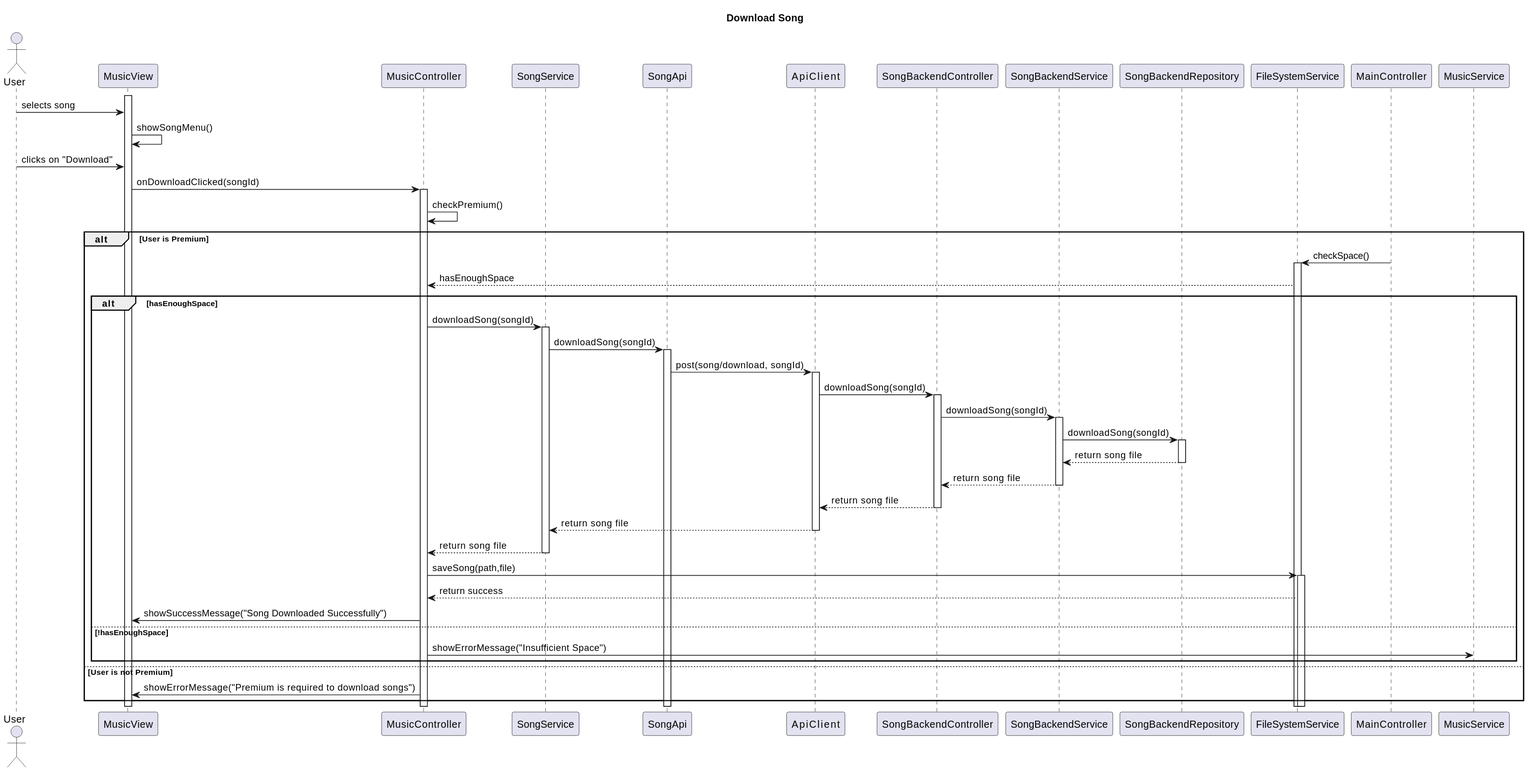
Earlier version of the PlantUML export Paradoteo_4/SequenceDiagrams-v0.3/DownloadSong.svg (RubenKingCP/Tunix). Its diagram source:
```plantuml
@startuml
title Download Song

actor User

participant MusicView
participant MusicController
participant SongService
participant SongApi
participant ApiService
participant SongBackendController
participant SongBackendService
participant SongBackendRepository
participant FileSystemService


activate MusicView
User -> MusicView : selects song
MusicView -> MusicView : showSongMenu()
User -> MusicView : clicks on "Download"
MusicView -> MusicController : onDownloadClicked(songId)
activate MusicController
MusicController -> MusicController : checkPremium()
alt User is Premium
    MainController -> FileSystemService : checkSpace()
    activate FileSystemService
    FileSystemService --> MusicController : hasEnoughSpace
    alt hasEnoughSpace
    MusicController -> SongService : downloadSong(songId)
    activate SongService
    SongService -> SongApi : downloadSong(songId)
    activate SongApi
    SongApi -> ApiService : post(song/download, songId)
    activate ApiService
    ApiService -> SongBackendController : downloadSong(songId)
    activate SongBackendController
    SongBackendController -> SongBackendService : downloadSong(songId)
    activate SongBackendService
    SongBackendService -> SongBackendRepository : downloadSong(songId)
    activate SongBackendRepository
    SongBackendRepository --> SongBackendService : return song file
    deactivate SongBackendRepository
    SongBackendService --> SongBackendController : return song file
    deactivate SongBackendService
    SongBackendController --> ApiService : return song file
    deactivate SongBackendController
    ApiService --> SongService : return song file
    deactivate ApiService
    SongService --> MusicController : return song file
    deactivate SongService
    MusicController -> FileSystemService : saveSong(path,file)
    activate FileSystemService
    FileSystemService --> MusicController : return success
    MusicController -> MusicView : showSuccessMessage("Song Downloaded Successfully")
    else !hasEnoughSpace
    MusicController -> MusicService : showErrorMessage("Insufficient Space")
    end
else User is not Premium
    MusicController -> MusicView : showErrorMessage("Premium is required to download songs")
end
@enduml
```
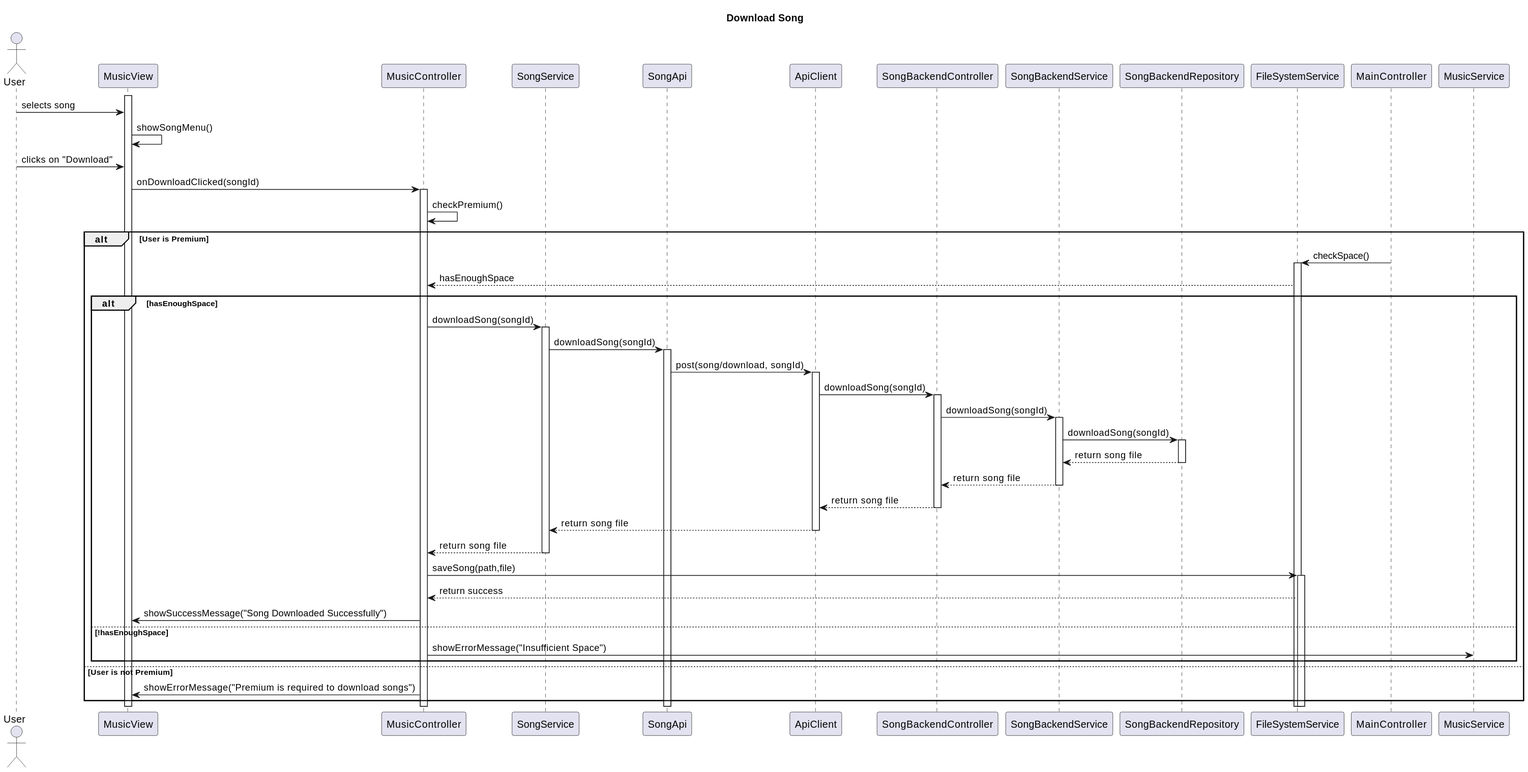
Later version of the same file.

Change to the diagram source:
```diff
@@ -7,7 +7,7 @@
 participant MusicController
 participant SongService
 participant SongApi
-participant ApiService
+participant ApiClient
 participant SongBackendController
 participant SongBackendService
 participant SongBackendRepository
@@ -30,9 +30,9 @@
     activate SongService
     SongService -> SongApi : downloadSong(songId)
     activate SongApi
-    SongApi -> ApiService : post(song/download, songId)
-    activate ApiService
-    ApiService -> SongBackendController : downloadSong(songId)
+    SongApi -> ApiClient : post(song/download, songId)
+    activate ApiClient
+    ApiClient -> SongBackendController : downloadSong(songId)
     activate SongBackendController
     SongBackendController -> SongBackendService : downloadSong(songId)
     activate SongBackendService
@@ -42,10 +42,10 @@
     deactivate SongBackendRepository
     SongBackendService --> SongBackendController : return song file
     deactivate SongBackendService
-    SongBackendController --> ApiService : return song file
+    SongBackendController --> ApiClient : return song file
     deactivate SongBackendController
-    ApiService --> SongService : return song file
-    deactivate ApiService
+    ApiClient --> SongService : return song file
+    deactivate ApiClient
     SongService --> MusicController : return song file
     deactivate SongService
     MusicController -> FileSystemService : saveSong(path,file)
```
